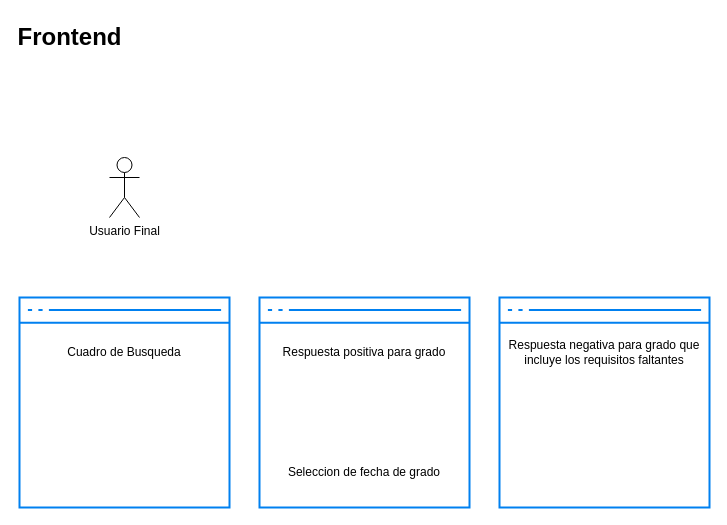
This is page "Usuario Final" (3 of 3) of flujo-inicial.drawio from DevOps-CUN/docs-apps-grados, a draw.io file, before an edit. Source tidied: cells renumbered, new cells numbered last; positions are measured from the earlier drawing's top-left corner, leaving out a move shared by most shapes. Both pictures are drawn from the tidied source at 100%, with x=0, y=0 at pixel (19, 17).
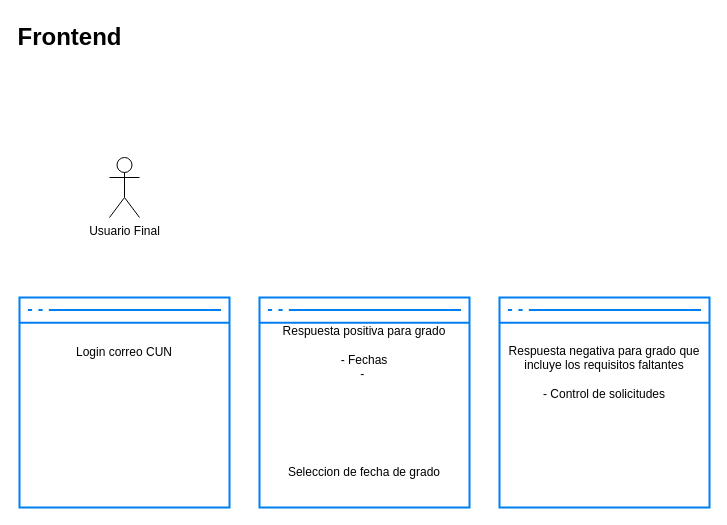
Above is the later version.

The edit, as a diff of the source:
```diff
@@
 <mxGraphModel>
   <root>
     <mxCell id="0" />
     <mxCell id="1" parent="0" />
     <mxCell id="2" value="Frontend" style="text;strokeColor=none;fillColor=none;html=1;fontSize=24;fontStyle=1;verticalAlign=middle;align=center;" parent="1" vertex="1">
       <mxGeometry width="100" height="40" as="geometry" />
     </mxCell>
     <mxCell id="3" style="html=1;verticalLabelPosition=bottom;align=center;labelBackgroundColor=#ffffff;verticalAlign=top;strokeWidth=2;strokeColor=#0080F0;shadow=0;dashed=0;shape=mxgraph.ios7.icons.window;" parent="1" vertex="1">
       <mxGeometry y="280" width="210" height="210" as="geometry" />
     </mxCell>
-    <mxCell id="4" value="Cuadro de Busqueda" style="text;html=1;strokeColor=none;fillColor=none;align=center;verticalAlign=middle;whiteSpace=wrap;rounded=0;" parent="1" vertex="1">
+    <mxCell id="4" value="Login correo CUN" style="text;html=1;strokeColor=none;fillColor=none;align=center;verticalAlign=middle;whiteSpace=wrap;rounded=0;" parent="1" vertex="1">
       <mxGeometry x="5" y="310" width="200" height="50" as="geometry" />
     </mxCell>
     <mxCell id="5" style="html=1;verticalLabelPosition=bottom;align=center;labelBackgroundColor=#ffffff;verticalAlign=top;strokeWidth=2;strokeColor=#0080F0;shadow=0;dashed=0;shape=mxgraph.ios7.icons.window;" parent="1" vertex="1">
       <mxGeometry x="480" y="280" width="210" height="210" as="geometry" />
     </mxCell>
-    <mxCell id="6" value="Respuesta negativa para grado que incluye los requisitos faltantes" style="text;html=1;strokeColor=none;fillColor=none;align=center;verticalAlign=middle;whiteSpace=wrap;rounded=0;" parent="1" vertex="1">
-      <mxGeometry x="485" y="310" width="200" height="50" as="geometry" />
+    <mxCell id="6" value="Respuesta negativa para grado que incluye los requisitos faltantes&lt;br&gt;&lt;br&gt;- Control de solicitudes&lt;br&gt;" style="text;html=1;strokeColor=none;fillColor=none;align=center;verticalAlign=middle;whiteSpace=wrap;rounded=0;" parent="1" vertex="1">
+      <mxGeometry x="485" y="330" width="200" height="50" as="geometry" />
     </mxCell>
     <mxCell id="7" style="html=1;verticalLabelPosition=bottom;align=center;labelBackgroundColor=#ffffff;verticalAlign=top;strokeWidth=2;strokeColor=#0080F0;shadow=0;dashed=0;shape=mxgraph.ios7.icons.window;" parent="1" vertex="1">
       <mxGeometry x="240" y="280" width="210" height="210" as="geometry" />
     </mxCell>
-    <mxCell id="8" value="Respuesta positiva para grado" style="text;html=1;strokeColor=none;fillColor=none;align=center;verticalAlign=middle;whiteSpace=wrap;rounded=0;" parent="1" vertex="1">
+    <mxCell id="8" value="Respuesta positiva para grado&lt;br&gt;&lt;br&gt;- Fechas&lt;br&gt;-&amp;nbsp;" style="text;html=1;strokeColor=none;fillColor=none;align=center;verticalAlign=middle;whiteSpace=wrap;rounded=0;" parent="1" vertex="1">
       <mxGeometry x="245" y="310" width="200" height="50" as="geometry" />
     </mxCell>
     <mxCell id="9" value="Usuario Final" style="shape=umlActor;verticalLabelPosition=bottom;verticalAlign=top;html=1;" parent="1" vertex="1">
       <mxGeometry x="90" y="140" width="30" height="60" as="geometry" />
     </mxCell>
     <mxCell id="10" value="Seleccion de fecha de grado" style="text;html=1;strokeColor=none;fillColor=none;align=center;verticalAlign=middle;whiteSpace=wrap;rounded=0;" parent="1" vertex="1">
       <mxGeometry x="245" y="430" width="200" height="50" as="geometry" />
     </mxCell>
   </root>
 </mxGraphModel>
```
